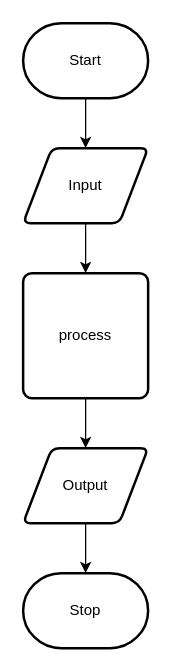
Earlier version of the draw.io diagram design/flow-chart.drawio (ashley-monaghan/iCS2OR-Unit-3-04). Source tidied: cells renumbered, new cells numbered last; positions are measured from the earlier drawing's top-left corner, leaving out a move shared by most shapes. Both pictures are drawn from the tidied source at 125%, with x=0, y=0 at pixel (22, 22).
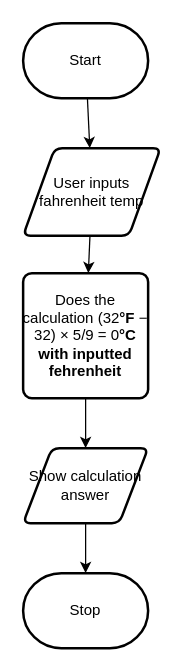
After the change.

The edit, as a diff of the source:
```diff
@@
 <mxGraphModel>
   <root>
     <mxCell id="0" />
     <mxCell id="1" parent="0" />
     <mxCell id="2" style="edgeStyle=none;html=1;" parent="1" edge="1" source="3" target="5">
       <mxGeometry relative="1" as="geometry" />
     </mxCell>
     <mxCell id="3" value="Start" style="strokeWidth=2;html=1;shape=mxgraph.flowchart.terminator;whiteSpace=wrap;" parent="1" vertex="1">
       <mxGeometry width="100" height="60" as="geometry" />
     </mxCell>
     <mxCell id="4" style="edgeStyle=none;html=1;" parent="1" edge="1" source="5" target="7">
       <mxGeometry relative="1" as="geometry" />
     </mxCell>
-    <mxCell id="5" value="Input" style="shape=parallelogram;html=1;strokeWidth=2;perimeter=parallelogramPerimeter;whiteSpace=wrap;rounded=1;arcSize=12;size=0.23;" parent="1" vertex="1">
-      <mxGeometry y="100" width="100" height="60" as="geometry" />
+    <mxCell id="5" value="User inputs fahrenheit temp" style="shape=parallelogram;html=1;strokeWidth=2;perimeter=parallelogramPerimeter;whiteSpace=wrap;rounded=1;arcSize=12;size=0.23;" parent="1" vertex="1">
+      <mxGeometry y="100" width="110" height="70" as="geometry" />
     </mxCell>
     <mxCell id="6" style="edgeStyle=none;html=1;" parent="1" edge="1" source="7" target="9">
       <mxGeometry relative="1" as="geometry" />
     </mxCell>
-    <mxCell id="7" value="process" style="rounded=1;whiteSpace=wrap;html=1;absoluteArcSize=1;arcSize=14;strokeWidth=2;" parent="1" vertex="1">
+    <mxCell id="7" value="Does the calculation&amp;nbsp;&lt;span&gt;(32&lt;/span&gt;&lt;b&gt;°F&lt;/b&gt;&lt;span&gt;&amp;nbsp;&lt;/span&gt;&lt;span&gt;− 32) × 5/9 = 0&lt;/span&gt;&lt;b&gt;°C with inputted fehrenheit&lt;/b&gt;" style="rounded=1;whiteSpace=wrap;html=1;absoluteArcSize=1;arcSize=14;strokeWidth=2;" parent="1" vertex="1">
       <mxGeometry y="200" width="100" height="100" as="geometry" />
     </mxCell>
     <mxCell id="8" style="edgeStyle=none;html=1;" parent="1" edge="1" source="9" target="10">
       <mxGeometry relative="1" as="geometry" />
     </mxCell>
-    <mxCell id="9" value="Output" style="shape=parallelogram;html=1;strokeWidth=2;perimeter=parallelogramPerimeter;whiteSpace=wrap;rounded=1;arcSize=12;size=0.23;" parent="1" vertex="1">
+    <mxCell id="9" value="Show calculation answer" style="shape=parallelogram;html=1;strokeWidth=2;perimeter=parallelogramPerimeter;whiteSpace=wrap;rounded=1;arcSize=12;size=0.23;" parent="1" vertex="1">
       <mxGeometry y="340" width="100" height="60" as="geometry" />
     </mxCell>
     <mxCell id="10" value="Stop" style="strokeWidth=2;html=1;shape=mxgraph.flowchart.terminator;whiteSpace=wrap;" parent="1" vertex="1">
       <mxGeometry y="440" width="100" height="60" as="geometry" />
     </mxCell>
   </root>
 </mxGraphModel>
```
